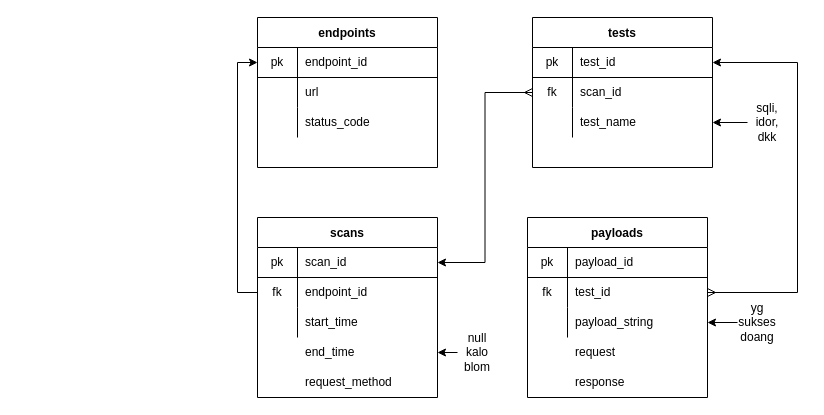
kevindoubleu/APISploit keeps this draw.io diagram as docs/db.drawio. Above is the earlier version. Source tidied: cells renumbered, new cells numbered last; positions are measured from the earlier drawing's top-left corner, leaving out a move shared by most shapes. Both pictures are drawn from the tidied source at 100%, with x=0, y=0 at pixel (257, 17).
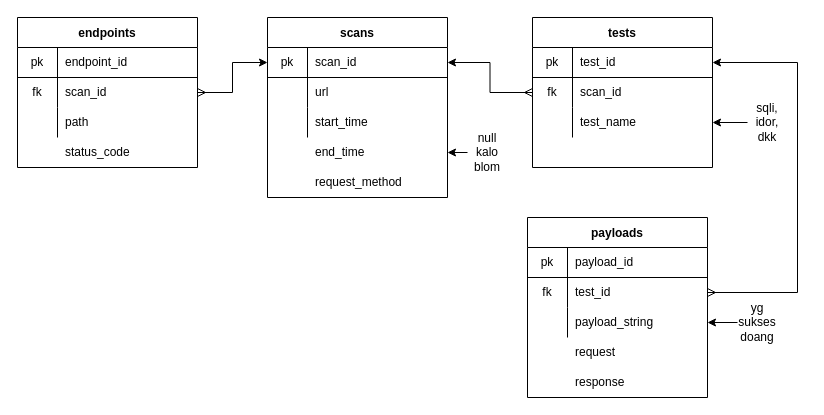
The same page after the edit.

Unchanged cells that the change refers to:
```xml
<mxCell id="3" style="shape=partialRectangle;html=1;whiteSpace=wrap;fillColor=none;top=0;left=0;bottom=1;right=0;points=[[0,0.5],[1,0.5]];portConstraint=eastwest;" parent="2" vertex="1">
  <mxGeometry y="30" width="180" height="30" as="geometry" />
</mxCell>
<mxCell id="6" style="shape=partialRectangle;html=1;whiteSpace=wrap;fillColor=none;top=0;left=0;bottom=0;right=0;points=[[0,0.5],[1,0.5]];portConstraint=eastwest;" parent="2" vertex="1">
  <mxGeometry y="60" width="180" height="30" as="geometry" />
</mxCell>
<mxCell id="49" style="shape=partialRectangle;html=1;whiteSpace=wrap;fillColor=none;top=0;left=0;bottom=1;right=0;points=[[0,0.5],[1,0.5]];portConstraint=eastwest;" parent="48" vertex="1">
  <mxGeometry y="30" width="180" height="30" as="geometry" />
</mxCell>
<mxCell id="52" style="shape=partialRectangle;html=1;whiteSpace=wrap;fillColor=none;top=0;left=0;bottom=0;right=0;points=[[0,0.5],[1,0.5]];portConstraint=eastwest;" parent="48" vertex="1">
  <mxGeometry y="60" width="180" height="30" as="geometry" />
</mxCell>
<mxCell id="55" style="shape=partialRectangle;html=1;whiteSpace=wrap;fillColor=none;top=0;left=0;bottom=0;right=0;" parent="48" vertex="1">
  <mxGeometry y="90" width="180" height="30" as="geometry" />
</mxCell>
```

What changed in the source:
```diff
@@
     <mxCell id="2" value="scans" style="shape=table;startSize=30;childLayout=tableLayout;rowLines=0;fontStyle=1;align=center;" parent="1" vertex="1">
-      <mxGeometry y="200" width="180" height="180" as="geometry" />
+      <mxGeometry x="10" width="180" height="180" as="geometry" />
     </mxCell>
@@
-    <mxCell id="7" value="fk" style="shape=partialRectangle;html=1;whiteSpace=wrap;fillColor=none;top=0;left=0;bottom=0;right=0;overflow=hidden;" parent="6" vertex="1">
+    <mxCell id="7" style="shape=partialRectangle;html=1;whiteSpace=wrap;fillColor=none;top=0;left=0;bottom=0;right=0;overflow=hidden;" parent="6" vertex="1">
       <mxGeometry width="40" height="30" as="geometry" />
     </mxCell>
-    <mxCell id="8" value="endpoint_id" style="shape=partialRectangle;html=1;whiteSpace=wrap;fillColor=none;top=0;left=0;bottom=0;right=0;align=left;spacingLeft=6;overflow=hidden;" parent="6" vertex="1">
+    <mxCell id="8" value="url" style="shape=partialRectangle;html=1;whiteSpace=wrap;fillColor=none;top=0;left=0;bottom=0;right=0;align=left;spacingLeft=6;overflow=hidden;" parent="6" vertex="1">
       <mxGeometry x="40" width="140" height="30" as="geometry" />
     </mxCell>
@@
     <mxCell id="34" style="shape=partialRectangle;html=1;whiteSpace=wrap;fillColor=none;top=0;left=0;bottom=0;right=0;overflow=hidden;" parent="1" vertex="1">
-      <mxGeometry y="320" width="40" height="30" as="geometry" />
+      <mxGeometry x="10" y="120" width="40" height="30" as="geometry" />
     </mxCell>
     <mxCell id="35" value="end_time" style="shape=partialRectangle;html=1;whiteSpace=wrap;fillColor=none;top=0;left=0;bottom=0;right=0;align=left;spacingLeft=6;overflow=hidden;" parent="1" vertex="1">
-      <mxGeometry x="40" y="320" width="140" height="30" as="geometry" />
+      <mxGeometry x="50" y="120" width="140" height="30" as="geometry" />
     </mxCell>
@@
     <mxCell id="42" style="shape=partialRectangle;html=1;whiteSpace=wrap;fillColor=none;top=0;left=0;bottom=0;right=0;overflow=hidden;" parent="1" vertex="1">
-      <mxGeometry y="350" width="40" height="30" as="geometry" />
+      <mxGeometry x="10" y="150" width="40" height="30" as="geometry" />
     </mxCell>
     <mxCell id="43" value="request_method" style="shape=partialRectangle;html=1;whiteSpace=wrap;fillColor=none;top=0;left=0;bottom=0;right=0;align=left;spacingLeft=6;overflow=hidden;" parent="1" vertex="1">
-      <mxGeometry x="40" y="350" width="140" height="30" as="geometry" />
+      <mxGeometry x="50" y="150" width="140" height="30" as="geometry" />
     </mxCell>
     <mxCell id="44" style="edgeStyle=orthogonalEdgeStyle;rounded=0;jettySize=auto;html=1;" parent="1" edge="1" source="45">
       <mxGeometry relative="1" as="geometry">
-        <mxPoint x="180" y="335" as="targetPoint" />
+        <mxPoint x="190" y="135" as="targetPoint" />
       </mxGeometry>
     </mxCell>
     <mxCell id="45" value="null kalo blom" style="text;html=1;strokeColor=none;fillColor=none;align=center;verticalAlign=middle;whiteSpace=wrap;rounded=0;" parent="1" vertex="1">
-      <mxGeometry x="200" y="325" width="40" height="20" as="geometry" />
+      <mxGeometry x="210" y="125" width="40" height="20" as="geometry" />
     </mxCell>
@@
     <mxCell id="48" value="endpoints" style="shape=table;startSize=30;childLayout=tableLayout;rowLines=0;fontStyle=1;align=center;" parent="1" vertex="1">
-      <mxGeometry width="180" height="150" as="geometry" />
+      <mxGeometry x="-240" width="180" height="150" as="geometry" />
     </mxCell>
@@
-    <mxCell id="53" style="shape=partialRectangle;html=1;whiteSpace=wrap;fillColor=none;top=0;left=0;bottom=0;right=0;overflow=hidden;" parent="52" vertex="1">
+    <mxCell id="53" value="fk" style="shape=partialRectangle;html=1;whiteSpace=wrap;fillColor=none;top=0;left=0;bottom=0;right=0;overflow=hidden;" parent="52" vertex="1">
       <mxGeometry width="40" height="30" as="geometry" />
     </mxCell>
-    <mxCell id="54" value="url" style="shape=partialRectangle;html=1;whiteSpace=wrap;fillColor=none;top=0;left=0;bottom=0;right=0;align=left;spacingLeft=6;overflow=hidden;" parent="52" vertex="1">
+    <mxCell id="54" value="scan_id" style="shape=partialRectangle;html=1;whiteSpace=wrap;fillColor=none;top=0;left=0;bottom=0;right=0;align=left;spacingLeft=6;overflow=hidden;" parent="52" vertex="1">
       <mxGeometry x="40" width="140" height="30" as="geometry" />
     </mxCell>
@@
-    <mxCell id="57" value="status_code" style="shape=partialRectangle;html=1;whiteSpace=wrap;fillColor=none;top=0;left=0;bottom=0;right=0;align=left;spacingLeft=6;overflow=hidden;" parent="55" vertex="1">
+    <mxCell id="57" value="path" style="shape=partialRectangle;html=1;whiteSpace=wrap;fillColor=none;top=0;left=0;bottom=0;right=0;align=left;spacingLeft=6;overflow=hidden;" parent="55" vertex="1">
       <mxGeometry x="40" width="140" height="30" as="geometry" />
     </mxCell>
-    <mxCell id="58" style="edgeStyle=orthogonalEdgeStyle;rounded=0;jettySize=auto;html=1;entryX=0;entryY=0.5;entryDx=0;entryDy=0;startArrow=none;startFill=0;" parent="1" edge="1" source="6" target="49">
-      <mxGeometry relative="1" as="geometry" />
-    </mxCell>
+    <mxCell id="59" style="shape=partialRectangle;html=1;whiteSpace=wrap;fillColor=none;top=0;left=0;bottom=0;right=0;overflow=hidden;" parent="1" vertex="1">
+      <mxGeometry x="-240" y="120" width="40" height="30" as="geometry" />
+    </mxCell>
+    <mxCell id="60" value="status_code" style="shape=partialRectangle;html=1;whiteSpace=wrap;fillColor=none;top=0;left=0;bottom=0;right=0;align=left;spacingLeft=6;overflow=hidden;" parent="1" vertex="1">
+      <mxGeometry x="-200" y="120" width="140" height="30" as="geometry" />
+    </mxCell>
+    <mxCell id="61" style="edgeStyle=orthogonalEdgeStyle;rounded=0;jettySize=auto;html=1;entryX=0;entryY=0.5;entryDx=0;entryDy=0;startArrow=ERmany;startFill=0;" parent="1" edge="1" source="52" target="3">
+      <mxGeometry relative="1" as="geometry" />
+    </mxCell>
```
